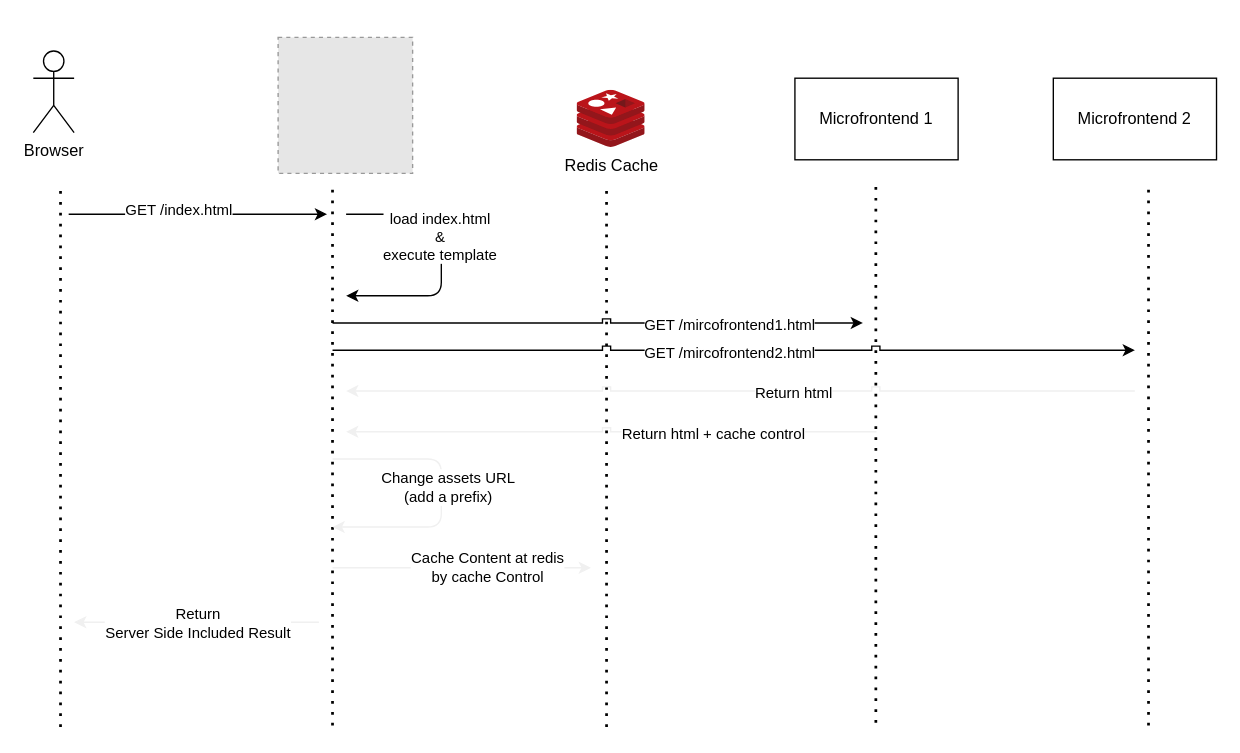
Above: page "happy_path" (1 of 6) of doc/micropuzzle.drawio in fasibio/micropuzzle (draw.io), before the change. Source tidied: cells renumbered, new cells numbered last; positions are measured from the earlier drawing's top-left corner, leaving out a move shared by most shapes. Both pictures are drawn from the tidied source at 136%, with x=0, y=0 at pixel (33, 37). Pictures stored in the file or linked from it are replaced by grey dashed boxes.
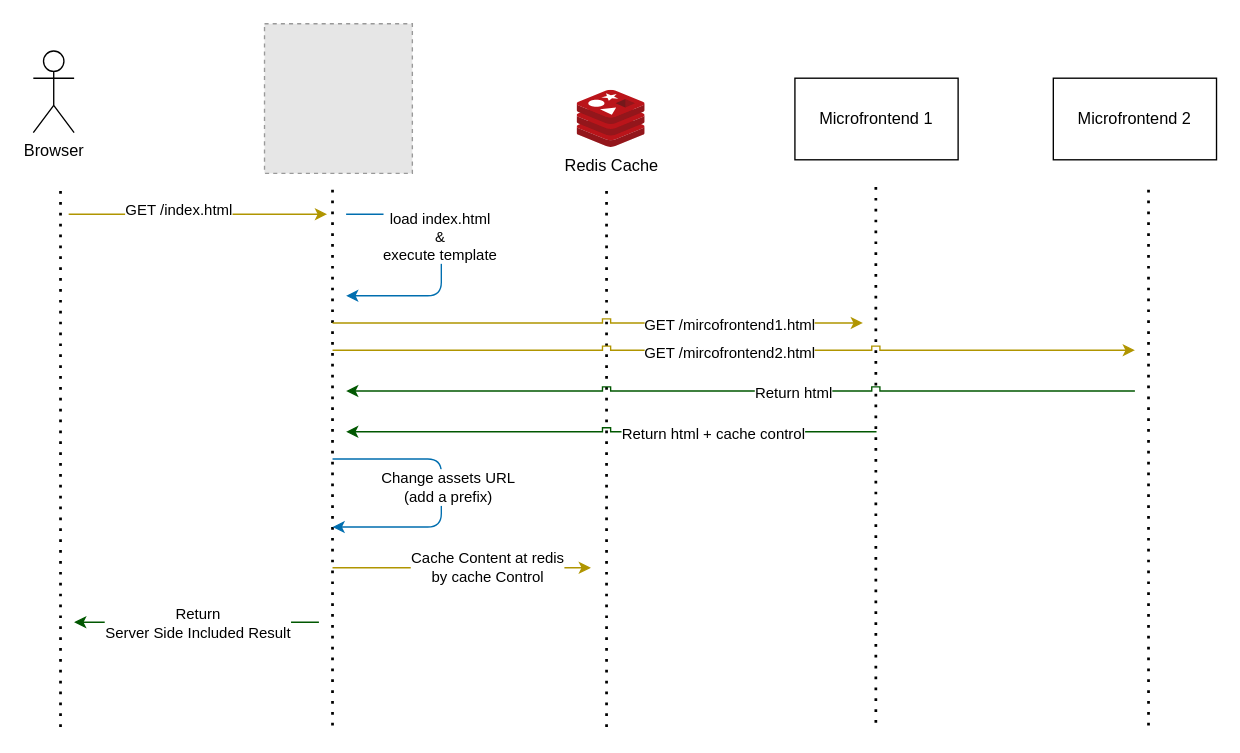
After the change.

The edit, as a diff of the source:
```diff
@@
-    <mxCell id="4" style="fillColor=#E6E6E6;strokeColor=#999999;dashed=1;verticalLabelPosition=bottom;verticalAlign=top;" parent="1" vertex="1">
-      <mxGeometry x="180" width="98.9" height="100" as="geometry" />
-    </mxCell>
@@
-    <mxCell id="10" style="endArrow=classic;html=1;" parent="1" edge="1">
+    <mxCell id="10" style="endArrow=classic;html=1;fillColor=#e3c800;strokeColor=#B09500;" parent="1" edge="1">
       <mxGeometry relative="1" as="geometry">
         <mxPoint x="26" y="130" as="sourcePoint" />
         <mxPoint x="216" y="130" as="targetPoint" />
       </mxGeometry>
     </mxCell>
@@
-    <mxCell id="12" style="endArrow=classic;html=1;" parent="1" edge="1">
+    <mxCell id="12" style="endArrow=classic;html=1;fillColor=#1ba1e2;strokeColor=#006EAF;" parent="1" edge="1">
       <mxGeometry relative="1" as="geometry">
         <mxPoint x="230" y="130" as="sourcePoint" />
         <mxPoint x="230" y="190" as="targetPoint" />
         <Array as="points">
           <mxPoint x="300" y="130" />
           <mxPoint x="300" y="190" />
         </Array>
       </mxGeometry>
     </mxCell>
@@
-    <mxCell id="16" style="endArrow=classic;html=1;noJump=0;flowAnimation=0;orthogonalLoop=0;orthogonal=0;comic=0;jumpStyle=sharp;" parent="1" edge="1">
+    <mxCell id="16" style="endArrow=classic;html=1;noJump=0;flowAnimation=0;orthogonalLoop=0;orthogonal=0;comic=0;jumpStyle=sharp;fillColor=#e3c800;strokeColor=#B09500;" parent="1" edge="1">
       <mxGeometry relative="1" as="geometry">
         <mxPoint x="220" y="210" as="sourcePoint" />
         <mxPoint x="610" y="210" as="targetPoint" />
       </mxGeometry>
     </mxCell>
@@
-    <mxCell id="18" style="endArrow=classic;html=1;noJump=0;flowAnimation=0;orthogonalLoop=0;orthogonal=0;comic=0;jumpStyle=sharp;" parent="1" edge="1">
+    <mxCell id="18" style="endArrow=classic;html=1;noJump=0;flowAnimation=0;orthogonalLoop=0;orthogonal=0;comic=0;jumpStyle=sharp;fillColor=#e3c800;strokeColor=#B09500;" parent="1" edge="1">
       <mxGeometry relative="1" as="geometry">
         <mxPoint x="220" y="230" as="sourcePoint" />
         <mxPoint x="810" y="230" as="targetPoint" />
       </mxGeometry>
     </mxCell>
@@
-    <mxCell id="20" style="endArrow=classic;html=1;strokeColor=#f0f0f0;jumpStyle=sharp;" parent="1" edge="1">
+    <mxCell id="20" style="endArrow=classic;html=1;strokeColor=#005700;jumpStyle=sharp;fillColor=#008a00;" parent="1" edge="1">
       <mxGeometry relative="1" as="geometry">
         <mxPoint x="810" y="260" as="sourcePoint" />
         <mxPoint x="230" y="260" as="targetPoint" />
       </mxGeometry>
     </mxCell>
@@
-    <mxCell id="22" style="endArrow=classic;html=1;strokeColor=#f0f0f0;jumpStyle=sharp;" parent="1" edge="1">
+    <mxCell id="22" style="endArrow=classic;html=1;strokeColor=#005700;jumpStyle=sharp;fillColor=#008a00;" parent="1" edge="1">
       <mxGeometry relative="1" as="geometry">
         <mxPoint x="620" y="290" as="sourcePoint" />
         <mxPoint x="230" y="290" as="targetPoint" />
       </mxGeometry>
     </mxCell>
@@
-    <mxCell id="24" style="endArrow=classic;html=1;strokeColor=#f0f0f0;" parent="1" edge="1">
+    <mxCell id="24" style="endArrow=classic;html=1;strokeColor=#006EAF;fillColor=#1ba1e2;" parent="1" edge="1">
       <mxGeometry relative="1" as="geometry">
         <mxPoint x="220" y="310" as="sourcePoint" />
         <mxPoint x="220" y="360" as="targetPoint" />
         <Array as="points">
           <mxPoint x="300" y="310" />
           <mxPoint x="300" y="360" />
         </Array>
       </mxGeometry>
     </mxCell>
@@
-    <mxCell id="26" style="endArrow=classic;html=1;strokeColor=#f0f0f0;" parent="1" edge="1">
+    <mxCell id="26" style="endArrow=classic;html=1;strokeColor=#B09500;fillColor=#e3c800;" parent="1" edge="1">
       <mxGeometry relative="1" as="geometry">
         <mxPoint x="220" y="390" as="sourcePoint" />
         <mxPoint x="410" y="390" as="targetPoint" />
       </mxGeometry>
     </mxCell>
@@
-    <mxCell id="28" style="endArrow=classic;html=1;strokeColor=#f0f0f0;" parent="1" edge="1">
+    <mxCell id="28" style="endArrow=classic;html=1;strokeColor=#005700;fillColor=#008a00;" parent="1" edge="1">
       <mxGeometry relative="1" as="geometry">
         <mxPoint x="210" y="430" as="sourcePoint" />
         <mxPoint x="30" y="430" as="targetPoint" />
       </mxGeometry>
     </mxCell>
@@
+    <mxCell id="30" style="fillColor=#E6E6E6;strokeColor=#999999;dashed=1;verticalLabelPosition=bottom;labelBackgroundColor=#ffffff;verticalAlign=top;" parent="1" vertex="1">
+      <mxGeometry x="170" y="-10" width="108.7" height="110" as="geometry" />
+    </mxCell>
```
